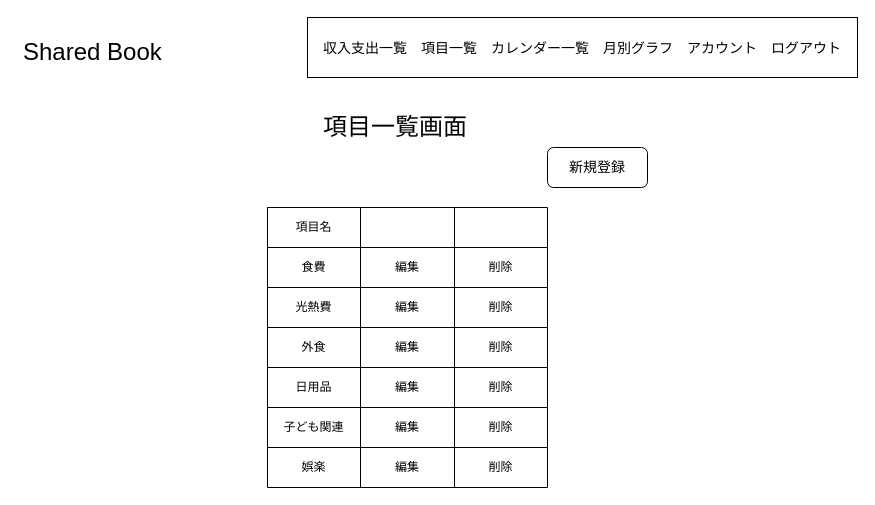
The draw.io diagram docs/index_category_wireflame.drawio in KeiSuzukiNishi/shared_household_account_book, before the edit. Source tidied: cells renumbered, new cells numbered last; positions are measured from the earlier drawing's top-left corner, leaving out a move shared by most shapes. Both pictures are drawn from the tidied source at 100%, with x=0, y=0 at pixel (17, 17).
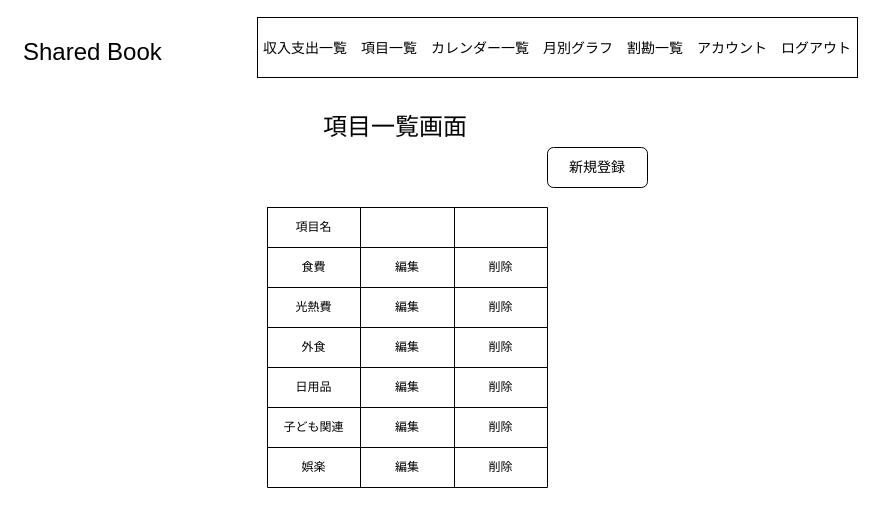
The same diagram, later.

The edit, as a diff of the source:
```diff
@@
-    <mxCell id="5" value="&lt;font style=&quot;font-size: 14px;&quot;&gt;収入支出一覧　項目一覧　カレンダー一覧　月別グラフ　アカウント　ログアウト&lt;/font&gt;" style="rounded=0;whiteSpace=wrap;html=1;fontSize=18;" parent="1" vertex="1">
-      <mxGeometry x="290" width="550" height="60" as="geometry" />
-    </mxCell>
@@
+    <mxCell id="35" value="&lt;font style=&quot;font-size: 14px;&quot;&gt;収入支出一覧　項目一覧　カレンダー一覧　月別グラフ　割勘一覧　アカウント　ログアウト&lt;/font&gt;" style="rounded=0;whiteSpace=wrap;html=1;fontSize=18;" parent="1" vertex="1">
+      <mxGeometry x="240" width="600" height="60" as="geometry" />
+    </mxCell>
```
